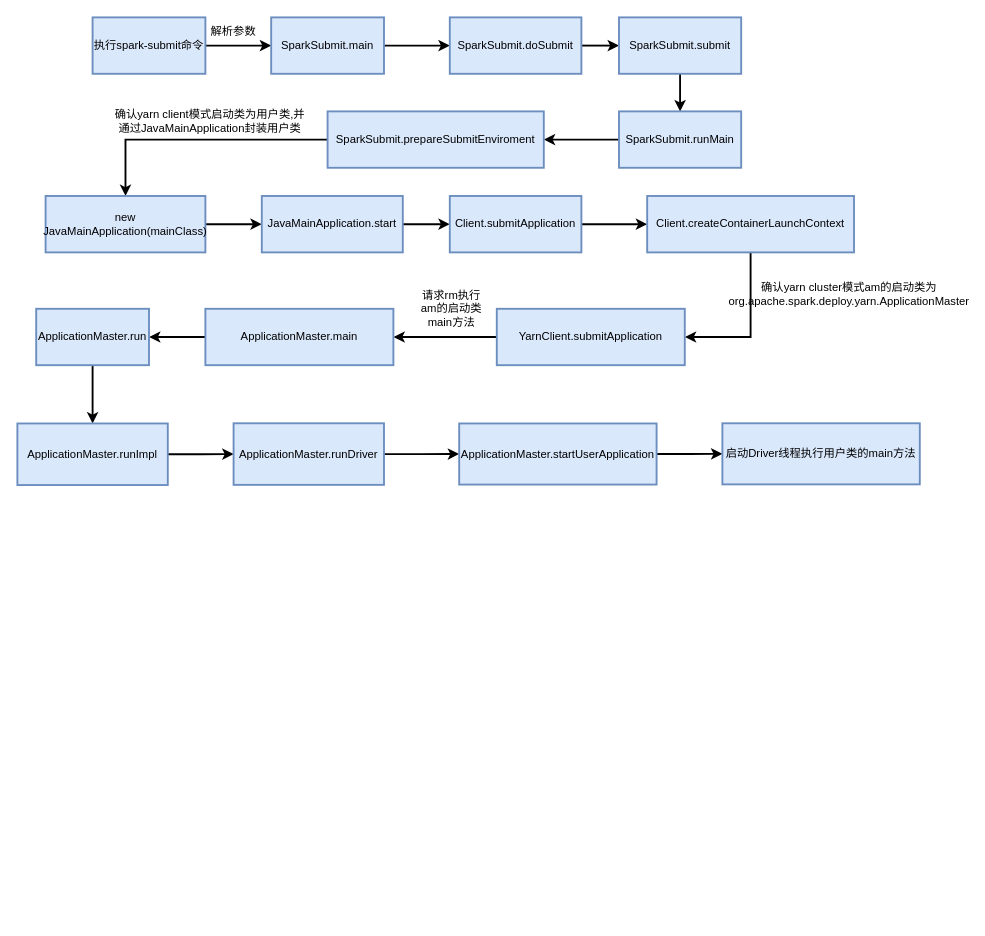
The draw.io diagram 源码角度分析spark-client模式提交任务.drawio in wroldchinalee/drawio, before the edit. Source tidied: cells renumbered, new cells numbered last; positions are measured from the earlier drawing's top-left corner, leaving out a move shared by most shapes. Both pictures are drawn from the tidied source at 94%, with x=0, y=0 at pixel (17, 17).
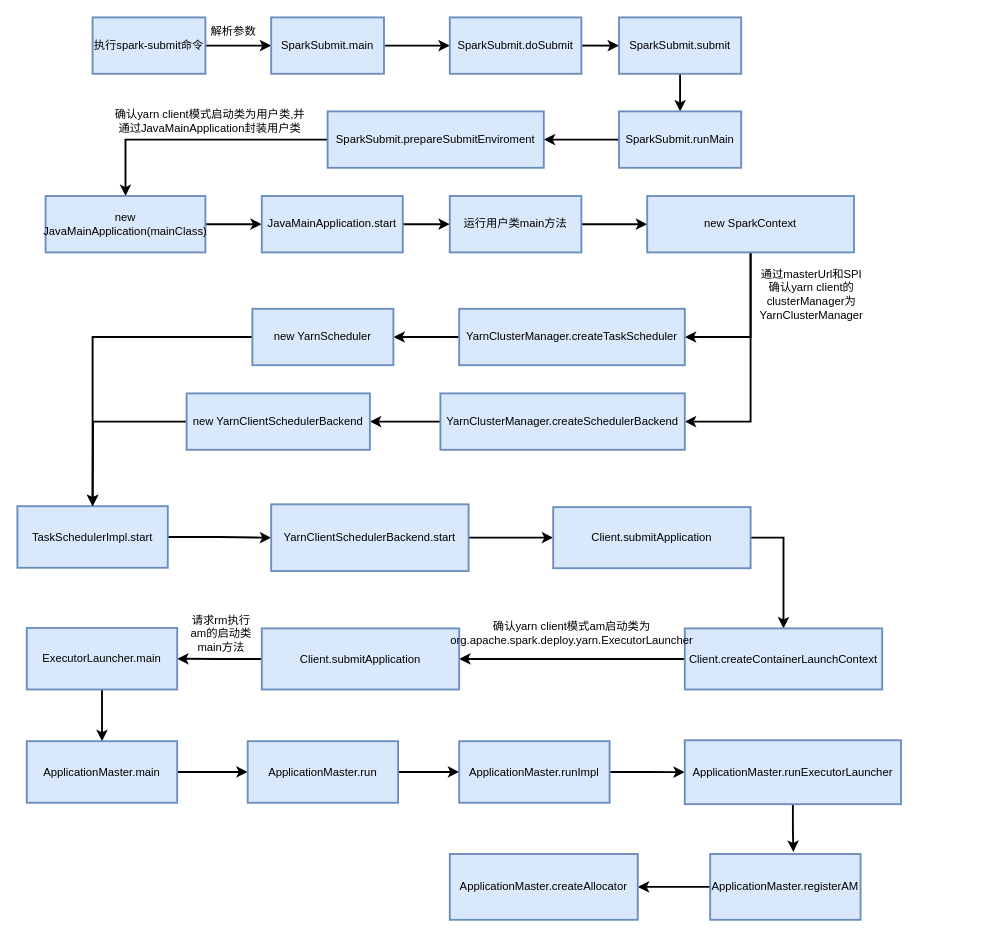
After the change.

Commit message:
更新源码角度分析spark-client模式提交任务.drawio

Change to the diagram source:
```diff
@@
-    <mxCell id="21" value="Client.submitApplication" style="rounded=0;whiteSpace=wrap;html=1;fillColor=#dae8fc;strokeColor=#6c8ebf;strokeWidth=2;" parent="1" vertex="1">
+    <mxCell id="21" value="运行用户类main方法" style="rounded=0;whiteSpace=wrap;html=1;fillColor=#dae8fc;strokeColor=#6c8ebf;strokeWidth=2;" parent="1" vertex="1">
       <mxGeometry x="460" y="190" width="140" height="60" as="geometry" />
     </mxCell>
@@
+    <mxCell id="39" style="edgeStyle=orthogonalEdgeStyle;rounded=0;jettySize=auto;html=1;entryX=1;entryY=0.5;entryDx=0;entryDy=0;strokeWidth=2;" parent="1" edge="1" source="23" target="42">
+      <mxGeometry relative="1" as="geometry" />
+    </mxCell>
-    <mxCell id="23" value="Client.createContainerLaunchContext" style="rounded=0;whiteSpace=wrap;html=1;fillColor=#dae8fc;strokeColor=#6c8ebf;strokeWidth=2;" parent="1" vertex="1">
+    <mxCell id="23" value="new SparkContext" style="rounded=0;whiteSpace=wrap;html=1;fillColor=#dae8fc;strokeColor=#6c8ebf;strokeWidth=2;" parent="1" vertex="1">
       <mxGeometry x="670" y="190" width="220" height="60" as="geometry" />
     </mxCell>
-    <mxCell id="24" style="edgeStyle=orthogonalEdgeStyle;rounded=0;jettySize=auto;html=1;entryX=1;entryY=0.5;entryDx=0;entryDy=0;strokeWidth=2;" parent="1" edge="1" source="25" target="28">
-      <mxGeometry relative="1" as="geometry" />
+    <mxCell id="24" style="edgeStyle=orthogonalEdgeStyle;rounded=0;jettySize=auto;html=1;entryX=1;entryY=0.5;entryDx=0;entryDy=0;strokeWidth=2;" parent="1" edge="1" source="25">
+      <mxGeometry relative="1" as="geometry">
+        <mxPoint x="400" y="340" as="targetPoint" />
+      </mxGeometry>
     </mxCell>
-    <mxCell id="25" value="YarnClient.submitApplication" style="rounded=0;whiteSpace=wrap;html=1;fillColor=#dae8fc;strokeColor=#6c8ebf;strokeWidth=2;" parent="1" vertex="1">
-      <mxGeometry x="510" y="310" width="200" height="60" as="geometry" />
+    <mxCell id="25" value="YarnClusterManager.createTaskScheduler" style="rounded=0;whiteSpace=wrap;html=1;fillColor=#dae8fc;strokeColor=#6c8ebf;strokeWidth=2;" parent="1" vertex="1">
+      <mxGeometry x="470" y="310" width="240" height="60" as="geometry" />
     </mxCell>
-    <mxCell id="26" value="确认yarn cluster模式am的启动类为org.apache.spark.deploy.yarn.ApplicationMaster" style="text;html=1;strokeColor=none;fillColor=none;align=center;verticalAlign=middle;whiteSpace=wrap;rounded=0;strokeWidth=2;" parent="1" vertex="1">
-      <mxGeometry x="850" y="280" width="70" height="30" as="geometry" />
+    <mxCell id="26" value="通过masterUrl和SPI确认yarn client的clusterManager为YarnClusterManager" style="text;html=1;strokeColor=none;fillColor=none;align=center;verticalAlign=middle;whiteSpace=wrap;rounded=0;strokeWidth=2;" parent="1" vertex="1">
+      <mxGeometry x="810" y="280" width="70" height="30" as="geometry" />
     </mxCell>
-    <mxCell id="27" style="edgeStyle=orthogonalEdgeStyle;rounded=0;jettySize=auto;html=1;entryX=1;entryY=0.5;entryDx=0;entryDy=0;strokeWidth=2;" parent="1" edge="1" source="28" target="31">
-      <mxGeometry relative="1" as="geometry" />
-    </mxCell>
-    <mxCell id="28" value="ApplicationMaster.main" style="rounded=0;whiteSpace=wrap;html=1;fillColor=#dae8fc;strokeColor=#6c8ebf;strokeWidth=2;" parent="1" vertex="1">
-      <mxGeometry x="200" y="310" width="200" height="60" as="geometry" />
-    </mxCell>
-    <mxCell id="29" value="请求rm执行am的启动类main方法" style="text;html=1;strokeColor=none;fillColor=none;align=center;verticalAlign=middle;whiteSpace=wrap;rounded=0;strokeWidth=2;" parent="1" vertex="1">
-      <mxGeometry x="424" y="300" width="76" height="20" as="geometry" />
-    </mxCell>
-    <mxCell id="30" style="edgeStyle=orthogonalEdgeStyle;rounded=0;jettySize=auto;html=1;exitX=0.5;exitY=1;exitDx=0;exitDy=0;entryX=0.5;entryY=0;entryDx=0;entryDy=0;strokeWidth=2;" parent="1" edge="1" source="31" target="33">
-      <mxGeometry relative="1" as="geometry" />
-    </mxCell>
-    <mxCell id="31" value="ApplicationMaster.run" style="rounded=0;whiteSpace=wrap;html=1;fillColor=#dae8fc;strokeColor=#6c8ebf;strokeWidth=2;" parent="1" vertex="1">
-      <mxGeometry x="20" y="310" width="120" height="60" as="geometry" />
-    </mxCell>
-    <mxCell id="32" style="edgeStyle=orthogonalEdgeStyle;rounded=0;jettySize=auto;html=1;entryX=0;entryY=0.5;entryDx=0;entryDy=0;strokeWidth=2;" parent="1" edge="1" source="33" target="35">
+    <mxCell id="32" style="edgeStyle=orthogonalEdgeStyle;rounded=0;jettySize=auto;html=1;entryX=0;entryY=0.5;entryDx=0;entryDy=0;strokeWidth=2;exitX=1;exitY=0.5;exitDx=0;exitDy=0;" parent="1" edge="1" source="33" target="35">
       <mxGeometry relative="1" as="geometry" />
     </mxCell>
-    <mxCell id="33" value="ApplicationMaster.runImpl" style="rounded=0;whiteSpace=wrap;html=1;fillColor=#dae8fc;strokeColor=#6c8ebf;strokeWidth=2;" parent="1" vertex="1">
-      <mxGeometry y="432" width="160" height="65.5" as="geometry" />
+    <mxCell id="33" value="TaskSchedulerImpl.start" style="rounded=0;whiteSpace=wrap;html=1;fillColor=#dae8fc;strokeColor=#6c8ebf;strokeWidth=2;" parent="1" vertex="1">
+      <mxGeometry y="520" width="160" height="65.5" as="geometry" />
     </mxCell>
@@
-    <mxCell id="35" value="ApplicationMaster.runDriver" style="rounded=0;whiteSpace=wrap;html=1;fillColor=#dae8fc;strokeColor=#6c8ebf;strokeWidth=2;" parent="1" vertex="1">
-      <mxGeometry x="230" y="431.8" width="160" height="65.5" as="geometry" />
+    <mxCell id="35" value="YarnClientSchedulerBackend.start" style="rounded=0;whiteSpace=wrap;html=1;fillColor=#dae8fc;strokeColor=#6c8ebf;strokeWidth=2;" parent="1" vertex="1">
+      <mxGeometry x="270" y="518" width="210" height="71" as="geometry" />
     </mxCell>
-    <mxCell id="36" style="edgeStyle=orthogonalEdgeStyle;rounded=0;jettySize=auto;html=1;exitX=1;exitY=0.5;exitDx=0;exitDy=0;entryX=0;entryY=0.5;entryDx=0;entryDy=0;strokeWidth=2;" parent="1" edge="1" source="37" target="38">
+    <mxCell id="36" style="edgeStyle=orthogonalEdgeStyle;rounded=0;jettySize=auto;html=1;entryX=0.5;entryY=0;entryDx=0;entryDy=0;strokeWidth=2;exitX=1;exitY=0.5;exitDx=0;exitDy=0;" parent="1" edge="1" source="37" target="38">
       <mxGeometry relative="1" as="geometry" />
     </mxCell>
-    <mxCell id="37" value="ApplicationMaster.startUserApplication" style="rounded=0;whiteSpace=wrap;html=1;fillColor=#dae8fc;strokeColor=#6c8ebf;strokeWidth=2;" parent="1" vertex="1">
-      <mxGeometry x="470" y="432" width="210" height="65" as="geometry" />
+    <mxCell id="37" value="Client.submitApplication" style="rounded=0;whiteSpace=wrap;html=1;fillColor=#dae8fc;strokeColor=#6c8ebf;strokeWidth=2;" parent="1" vertex="1">
+      <mxGeometry x="570" y="521" width="210" height="65" as="geometry" />
     </mxCell>
+    <mxCell id="40" style="edgeStyle=orthogonalEdgeStyle;rounded=0;jettySize=auto;html=1;strokeWidth=2;" parent="1" edge="1" source="38" target="48">
+      <mxGeometry relative="1" as="geometry" />
+    </mxCell>
-    <mxCell id="38" value="启动Driver线程执行用户类的main方法" style="rounded=0;whiteSpace=wrap;html=1;fillColor=#dae8fc;strokeColor=#6c8ebf;strokeWidth=2;" parent="1" vertex="1">
-      <mxGeometry x="750" y="431.8" width="210" height="65" as="geometry" />
+    <mxCell id="38" value="Client.createContainerLaunchContext" style="rounded=0;whiteSpace=wrap;html=1;fillColor=#dae8fc;strokeColor=#6c8ebf;strokeWidth=2;" parent="1" vertex="1">
+      <mxGeometry x="710" y="650" width="210" height="65" as="geometry" />
     </mxCell>
+    <mxCell id="41" style="edgeStyle=orthogonalEdgeStyle;rounded=0;jettySize=auto;html=1;entryX=1;entryY=0.5;entryDx=0;entryDy=0;strokeWidth=2;" parent="1" edge="1" source="42" target="46">
+      <mxGeometry relative="1" as="geometry" />
+    </mxCell>
+    <mxCell id="42" value="YarnClusterManager.createSchedulerBackend" style="rounded=0;whiteSpace=wrap;html=1;fillColor=#dae8fc;strokeColor=#6c8ebf;strokeWidth=2;" parent="1" vertex="1">
+      <mxGeometry x="450" y="400" width="260" height="60" as="geometry" />
+    </mxCell>
+    <mxCell id="43" style="edgeStyle=orthogonalEdgeStyle;rounded=0;jettySize=auto;html=1;entryX=0.5;entryY=0;entryDx=0;entryDy=0;strokeWidth=2;" parent="1" edge="1" source="44" target="33">
+      <mxGeometry relative="1" as="geometry" />
+    </mxCell>
+    <mxCell id="44" value="new YarnScheduler" style="rounded=0;whiteSpace=wrap;html=1;fillColor=#dae8fc;strokeColor=#6c8ebf;strokeWidth=2;" parent="1" vertex="1">
+      <mxGeometry x="250" y="310" width="150" height="60" as="geometry" />
+    </mxCell>
+    <mxCell id="45" style="edgeStyle=orthogonalEdgeStyle;rounded=0;jettySize=auto;html=1;strokeWidth=2;" parent="1" edge="1" source="46">
+      <mxGeometry relative="1" as="geometry">
+        <mxPoint x="80" y="520" as="targetPoint" />
+      </mxGeometry>
+    </mxCell>
+    <mxCell id="46" value="new YarnClientSchedulerBackend" style="rounded=0;whiteSpace=wrap;html=1;fillColor=#dae8fc;strokeColor=#6c8ebf;strokeWidth=2;" parent="1" vertex="1">
+      <mxGeometry x="180" y="400" width="195" height="60" as="geometry" />
+    </mxCell>
+    <mxCell id="47" style="edgeStyle=orthogonalEdgeStyle;rounded=0;jettySize=auto;html=1;strokeWidth=2;" parent="1" edge="1" source="48" target="51">
+      <mxGeometry relative="1" as="geometry" />
+    </mxCell>
+    <mxCell id="48" value="Client.submitApplication" style="rounded=0;whiteSpace=wrap;html=1;fillColor=#dae8fc;strokeColor=#6c8ebf;strokeWidth=2;" parent="1" vertex="1">
+      <mxGeometry x="260" y="650" width="210" height="65" as="geometry" />
+    </mxCell>
+    <mxCell id="49" value="确认yarn client模式am启动类为org.apache.spark.deploy.yarn.ExecutorLauncher" style="text;html=1;strokeColor=none;fillColor=none;align=center;verticalAlign=middle;whiteSpace=wrap;rounded=0;" parent="1" vertex="1">
+      <mxGeometry x="560" y="640" width="60" height="30" as="geometry" />
+    </mxCell>
+    <mxCell id="50" style="edgeStyle=orthogonalEdgeStyle;rounded=0;jettySize=auto;html=1;strokeWidth=2;" parent="1" edge="1" source="51" target="28">
+      <mxGeometry relative="1" as="geometry" />
+    </mxCell>
+    <mxCell id="51" value="ExecutorLauncher.main" style="rounded=0;whiteSpace=wrap;html=1;fillColor=#dae8fc;strokeColor=#6c8ebf;strokeWidth=2;" parent="1" vertex="1">
+      <mxGeometry x="10" y="649.5" width="160" height="65.5" as="geometry" />
+    </mxCell>
+    <mxCell id="29" value="请求rm执行am的启动类main方法" style="text;html=1;strokeColor=none;fillColor=none;align=center;verticalAlign=middle;whiteSpace=wrap;rounded=0;" parent="1" vertex="1">
+      <mxGeometry x="179" y="639" width="76" height="33" as="geometry" />
+    </mxCell>
+    <mxCell id="27" style="edgeStyle=orthogonalEdgeStyle;rounded=0;jettySize=auto;html=1;strokeWidth=2;" parent="1" edge="1" source="28" target="31">
+      <mxGeometry relative="1" as="geometry" />
+    </mxCell>
+    <mxCell id="28" value="ApplicationMaster.main" style="rounded=0;whiteSpace=wrap;html=1;fillColor=#dae8fc;strokeColor=#6c8ebf;strokeWidth=2;" parent="1" vertex="1">
+      <mxGeometry x="10" y="770" width="160" height="65.5" as="geometry" />
+    </mxCell>
+    <mxCell id="52" style="edgeStyle=orthogonalEdgeStyle;rounded=0;jettySize=auto;html=1;strokeWidth=2;" parent="1" edge="1" source="31" target="54">
+      <mxGeometry relative="1" as="geometry" />
+    </mxCell>
+    <mxCell id="31" value="ApplicationMaster.run" style="rounded=0;whiteSpace=wrap;html=1;fillColor=#dae8fc;strokeColor=#6c8ebf;strokeWidth=2;" parent="1" vertex="1">
+      <mxGeometry x="245" y="770" width="160" height="65.5" as="geometry" />
+    </mxCell>
+    <mxCell id="53" style="edgeStyle=orthogonalEdgeStyle;rounded=0;jettySize=auto;html=1;strokeWidth=2;" parent="1" edge="1" source="54" target="56">
+      <mxGeometry relative="1" as="geometry" />
+    </mxCell>
+    <mxCell id="54" value="ApplicationMaster.runImpl" style="rounded=0;whiteSpace=wrap;html=1;fillColor=#dae8fc;strokeColor=#6c8ebf;strokeWidth=2;" parent="1" vertex="1">
+      <mxGeometry x="470" y="770" width="160" height="65.5" as="geometry" />
+    </mxCell>
+    <mxCell id="55" style="edgeStyle=orthogonalEdgeStyle;rounded=0;jettySize=auto;html=1;exitX=0.5;exitY=1;exitDx=0;exitDy=0;entryX=0.553;entryY=-0.031;entryDx=0;entryDy=0;entryPerimeter=0;strokeWidth=2;" parent="1" edge="1" source="56" target="58">
+      <mxGeometry relative="1" as="geometry" />
+    </mxCell>
+    <mxCell id="56" value="ApplicationMaster.runExecutorLauncher" style="rounded=0;whiteSpace=wrap;html=1;fillColor=#dae8fc;strokeColor=#6c8ebf;strokeWidth=2;" parent="1" vertex="1">
+      <mxGeometry x="710" y="769" width="230" height="68" as="geometry" />
+    </mxCell>
+    <mxCell id="57" style="edgeStyle=orthogonalEdgeStyle;rounded=0;jettySize=auto;html=1;entryX=1;entryY=0.5;entryDx=0;entryDy=0;strokeWidth=2;" parent="1" edge="1" source="58" target="59">
+      <mxGeometry relative="1" as="geometry" />
+    </mxCell>
+    <mxCell id="58" value="ApplicationMaster.registerAM" style="rounded=0;whiteSpace=wrap;html=1;fillColor=#dae8fc;strokeColor=#6c8ebf;strokeWidth=2;" parent="1" vertex="1">
+      <mxGeometry x="737" y="890" width="160" height="70" as="geometry" />
+    </mxCell>
+    <mxCell id="59" value="ApplicationMaster.createAllocator" style="rounded=0;whiteSpace=wrap;html=1;fillColor=#dae8fc;strokeColor=#6c8ebf;strokeWidth=2;" parent="1" vertex="1">
+      <mxGeometry x="460" y="890" width="200" height="70" as="geometry" />
+    </mxCell>
```
